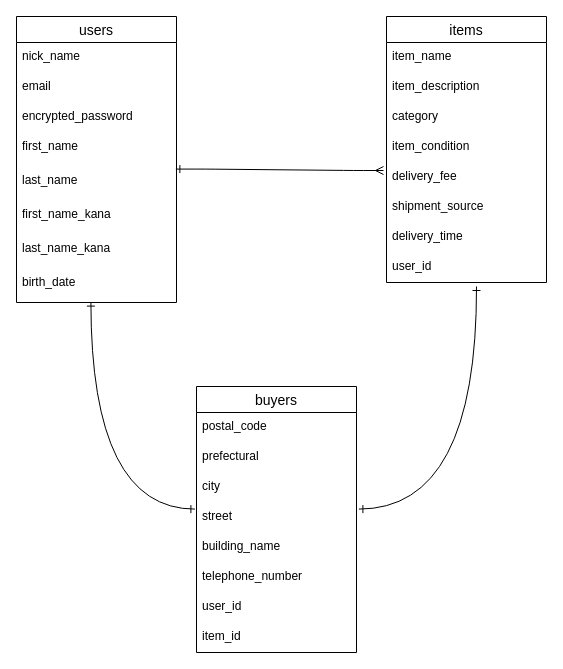
Above: datebase.dio in QPtaro/furima-36694 (draw.io), before the change. Source tidied: cells renumbered, new cells numbered last; positions are measured from the earlier drawing's top-left corner, leaving out a move shared by most shapes. Both pictures are drawn from the tidied source at 100%, with x=0, y=0 at pixel (16, 16).
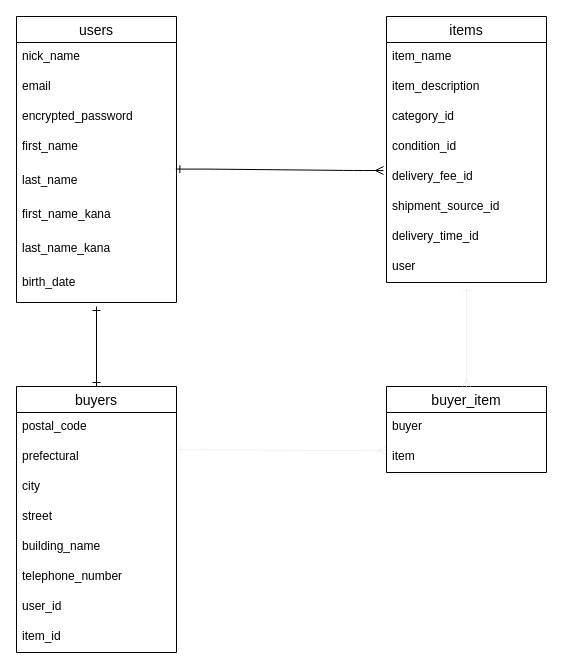
The same diagram, later.

Commit message (it also covers changes not shown here):
データベース設計の修正

The change refers to these unchanged cells:
```xml
<mxCell id="10" value="birth_date" style="text;strokeColor=none;fillColor=none;spacingLeft=4;spacingRight=4;overflow=hidden;points=[[0,0.5],[1,0.5]];portConstraint=eastwest;fontSize=12;" parent="2" vertex="1">
  <mxGeometry y="252" width="160" height="34" as="geometry" />
</mxCell>
<mxCell id="11" value="items" style="swimlane;fontStyle=0;horizontal=1;startSize=26;align=center;fontSize=14;" parent="1" vertex="1">
  <mxGeometry x="370" width="160" height="266" as="geometry" />
</mxCell>
<mxCell id="22" value="prefectural  " style="text;strokeColor=none;fillColor=none;spacingLeft=4;spacingRight=4;overflow=hidden;points=[[0,0.5],[1,0.5]];portConstraint=eastwest;fontSize=12;" parent="20" vertex="1">
  <mxGeometry y="56" width="160" height="30" as="geometry" />
</mxCell>
<mxCell id="24" value="street" style="text;strokeColor=none;fillColor=none;spacingLeft=4;spacingRight=4;overflow=hidden;points=[[0,0.5],[1,0.5]];portConstraint=eastwest;fontSize=12;" parent="20" vertex="1">
  <mxGeometry y="116" width="160" height="30" as="geometry" />
</mxCell>
```

Diff of the diagram source:
```diff
@@
-    <mxCell id="14" value="category" style="text;strokeColor=none;fillColor=none;spacingLeft=4;spacingRight=4;overflow=hidden;fontSize=12;" parent="11" vertex="1">
+    <mxCell id="14" value="category_id" style="text;strokeColor=none;fillColor=none;spacingLeft=4;spacingRight=4;overflow=hidden;fontSize=12;" parent="11" vertex="1">
       <mxGeometry y="86" width="160" height="30" as="geometry" />
     </mxCell>
-    <mxCell id="15" value="item_condition" style="text;strokeColor=none;fillColor=none;spacingLeft=4;spacingRight=4;overflow=hidden;fontSize=12;" parent="11" vertex="1">
+    <mxCell id="15" value="condition_id" style="text;strokeColor=none;fillColor=none;spacingLeft=4;spacingRight=4;overflow=hidden;fontSize=12;" parent="11" vertex="1">
       <mxGeometry y="116" width="160" height="30" as="geometry" />
     </mxCell>
-    <mxCell id="16" value="delivery_fee" style="text;strokeColor=none;fillColor=none;spacingLeft=4;spacingRight=4;overflow=hidden;fontSize=12;" parent="11" vertex="1">
+    <mxCell id="16" value="delivery_fee_id" style="text;strokeColor=none;fillColor=none;spacingLeft=4;spacingRight=4;overflow=hidden;fontSize=12;" parent="11" vertex="1">
       <mxGeometry y="146" width="160" height="30" as="geometry" />
     </mxCell>
-    <mxCell id="17" value="shipment_source" style="text;strokeColor=none;fillColor=none;spacingLeft=4;spacingRight=4;overflow=hidden;fontSize=12;" parent="11" vertex="1">
+    <mxCell id="17" value="shipment_source_id" style="text;strokeColor=none;fillColor=none;spacingLeft=4;spacingRight=4;overflow=hidden;fontSize=12;" parent="11" vertex="1">
       <mxGeometry y="176" width="160" height="30" as="geometry" />
     </mxCell>
-    <mxCell id="18" value="delivery_time" style="text;strokeColor=none;fillColor=none;spacingLeft=4;spacingRight=4;overflow=hidden;fontSize=12;" parent="11" vertex="1">
+    <mxCell id="18" value="delivery_time_id" style="text;strokeColor=none;fillColor=none;spacingLeft=4;spacingRight=4;overflow=hidden;fontSize=12;" parent="11" vertex="1">
       <mxGeometry y="206" width="160" height="30" as="geometry" />
     </mxCell>
-    <mxCell id="19" value="user_id " style="text;strokeColor=none;fillColor=none;spacingLeft=4;spacingRight=4;overflow=hidden;fontSize=12;" parent="11" vertex="1">
+    <mxCell id="19" value="user" style="text;strokeColor=none;fillColor=none;spacingLeft=4;spacingRight=4;overflow=hidden;fontSize=12;" parent="11" vertex="1">
       <mxGeometry y="236" width="160" height="30" as="geometry" />
     </mxCell>
     <mxCell id="20" value="buyers" style="swimlane;fontStyle=0;horizontal=1;startSize=26;align=center;fontSize=14;" parent="1" vertex="1">
-      <mxGeometry x="180" y="370" width="160" height="266" as="geometry" />
+      <mxGeometry y="370" width="160" height="266" as="geometry" />
     </mxCell>
@@
-    <mxCell id="30" style="fontSize=12;html=1;endArrow=ERone;endFill=1;exitX=1.015;exitY=0.22;exitDx=0;exitDy=0;exitPerimeter=0;startArrow=ERone;startFill=0;rounded=0;edgeStyle=orthogonalEdgeStyle;curved=1;" parent="1" edge="1" source="24">
-      <mxGeometry relative="1" as="geometry">
-        <mxPoint x="460" y="270" as="targetPoint" />
-      </mxGeometry>
-    </mxCell>
-    <mxCell id="31" style="fontSize=12;html=1;endArrow=ERone;endFill=1;exitX=-0.01;exitY=0.22;exitDx=0;exitDy=0;exitPerimeter=0;startArrow=ERone;startFill=0;rounded=0;entryX=0.465;entryY=0.988;entryDx=0;entryDy=0;entryPerimeter=0;edgeStyle=orthogonalEdgeStyle;curved=1;" parent="1" edge="1" source="24" target="10">
-      <mxGeometry relative="1" as="geometry" />
-    </mxCell>
+    <mxCell id="32" value="buyer_item" style="swimlane;fontStyle=0;horizontal=1;startSize=26;align=center;fontSize=14;" parent="1" vertex="1">
+      <mxGeometry x="370" y="370" width="160" height="86" as="geometry" />
+    </mxCell>
+    <mxCell id="33" value="buyer" style="text;strokeColor=none;fillColor=none;spacingLeft=4;spacingRight=4;overflow=hidden;fontSize=12;" parent="32" vertex="1">
+      <mxGeometry y="26" width="160" height="30" as="geometry" />
+    </mxCell>
+    <mxCell id="34" value="item" style="text;strokeColor=none;fillColor=none;spacingLeft=4;spacingRight=4;overflow=hidden;points=[[0,0.5],[1,0.5]];portConstraint=eastwest;fontSize=12;" parent="32" vertex="1">
+      <mxGeometry y="56" width="160" height="30" as="geometry" />
+    </mxCell>
+    <mxCell id="35" style="fontSize=12;html=1;endArrow=ERone;endFill=1;exitX=0.5;exitY=0;exitDx=0;exitDy=0;startArrow=ERone;startFill=0;" parent="1" edge="1" source="20">
+      <mxGeometry relative="1" as="geometry">
+        <mxPoint x="80" y="290" as="targetPoint" />
+      </mxGeometry>
+    </mxCell>
+    <mxCell id="36" style="edgeStyle=entityRelationEdgeStyle;fontSize=12;html=1;endArrow=ERmany;startArrow=ERone;strokeColor=#f0f0f0;exitX=1.003;exitY=0.24;exitDx=0;exitDy=0;exitPerimeter=0;entryX=-0.004;entryY=0.273;entryDx=0;entryDy=0;entryPerimeter=0;endFill=0;startFill=0;" parent="1" edge="1" source="22" target="34">
+      <mxGeometry relative="1" as="geometry" />
+    </mxCell>
+    <mxCell id="37" style="fontSize=12;html=1;endArrow=ERmany;startArrow=ERone;strokeColor=#f0f0f0;entryX=0.5;entryY=0;entryDx=0;entryDy=0;endFill=0;startFill=0;" parent="1" edge="1" target="32">
+      <mxGeometry relative="1" as="geometry">
+        <mxPoint x="450" y="270" as="sourcePoint" />
+      </mxGeometry>
+    </mxCell>
```
